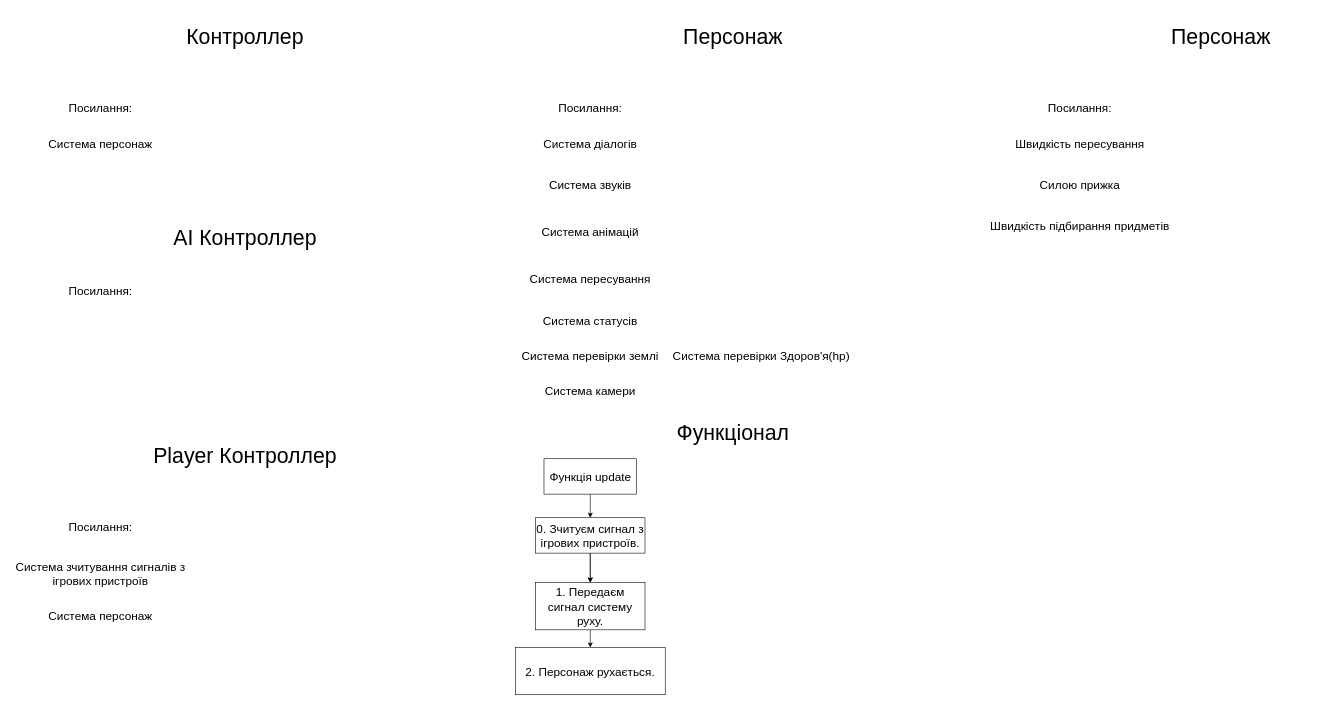
Before: page "Опис систем" (3 of 3) of Assets/Дизайн документ.drawio in Pelmen-hub/My-final-project, a draw.io diagram. Source tidied: cells renumbered, new cells numbered last; positions are measured from the earlier drawing's top-left corner, leaving out a move shared by most shapes. Both pictures are drawn from the tidied source at 59%, with x=0, y=0 at pixel (10, 10).
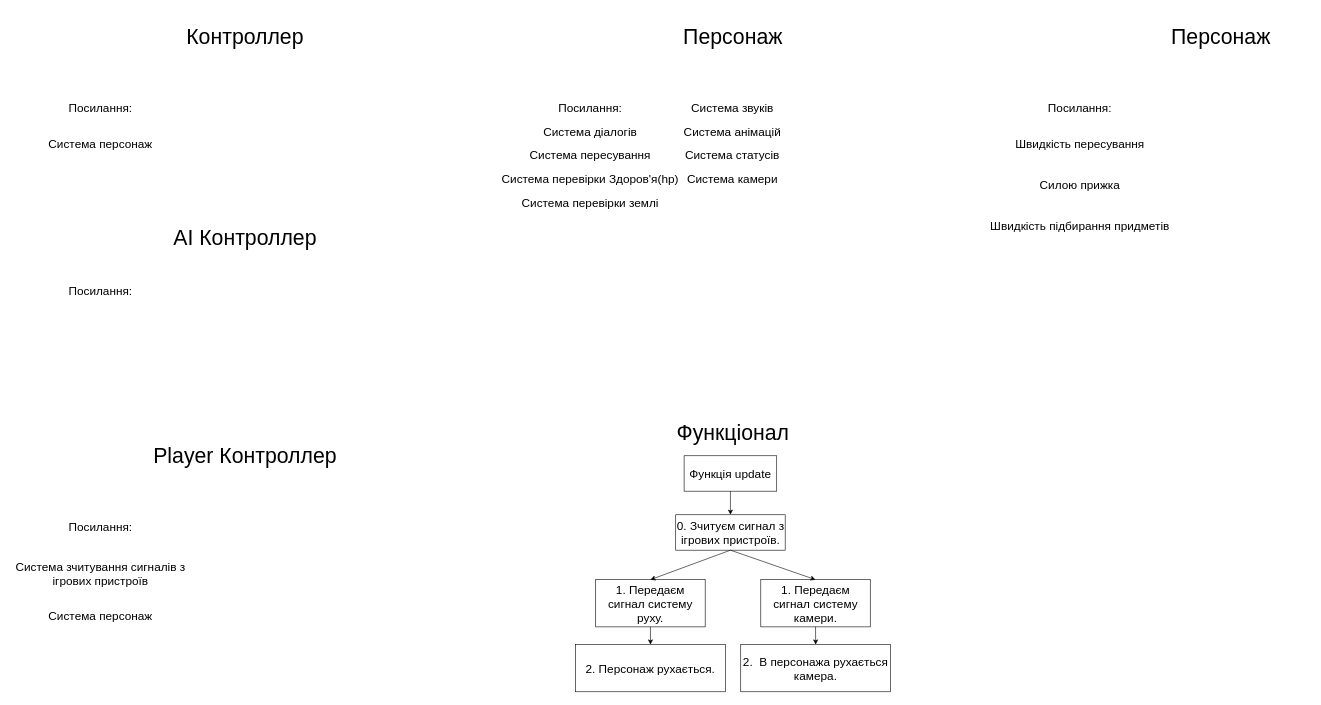
The same page after the edit.

Change to the diagram source:
```diff
@@
     <mxCell id="4" value="&lt;font style=&quot;font-size: 20px;&quot;&gt;Система діалогів&lt;/font&gt;" style="text;html=1;strokeColor=none;fillColor=none;align=center;verticalAlign=middle;whiteSpace=wrap;rounded=0;" parent="1" vertex="1">
-      <mxGeometry x="830" y="180" width="306" height="90" as="geometry" />
+      <mxGeometry x="830" y="160" width="306" height="90" as="geometry" />
     </mxCell>
     <mxCell id="5" value="&lt;font style=&quot;font-size: 20px;&quot;&gt;Система звуків&lt;/font&gt;" style="text;html=1;strokeColor=none;fillColor=none;align=center;verticalAlign=middle;whiteSpace=wrap;rounded=0;" parent="1" vertex="1">
-      <mxGeometry x="830" y="250" width="306" height="90" as="geometry" />
+      <mxGeometry x="1071" y="120" width="306" height="90" as="geometry" />
     </mxCell>
     <mxCell id="6" value="&lt;font style=&quot;font-size: 20px;&quot;&gt;Система анімацій&lt;/font&gt;" style="text;html=1;strokeColor=none;fillColor=none;align=center;verticalAlign=middle;whiteSpace=wrap;rounded=0;" parent="1" vertex="1">
-      <mxGeometry x="830" y="330" width="306" height="90" as="geometry" />
+      <mxGeometry x="1071" y="160" width="306" height="90" as="geometry" />
     </mxCell>
     <mxCell id="7" value="&lt;font style=&quot;font-size: 20px;&quot;&gt;Система пересування&lt;/font&gt;" style="text;html=1;strokeColor=none;fillColor=none;align=center;verticalAlign=middle;whiteSpace=wrap;rounded=0;" parent="1" vertex="1">
-      <mxGeometry x="830" y="410" width="306" height="90" as="geometry" />
+      <mxGeometry x="830" y="200" width="306" height="90" as="geometry" />
     </mxCell>
     <mxCell id="8" value="&lt;font style=&quot;font-size: 20px;&quot;&gt;Система статусів&lt;/font&gt;" style="text;html=1;strokeColor=none;fillColor=none;align=center;verticalAlign=middle;whiteSpace=wrap;rounded=0;" parent="1" vertex="1">
-      <mxGeometry x="830" y="480" width="306" height="90" as="geometry" />
+      <mxGeometry x="1071" y="200" width="306" height="90" as="geometry" />
     </mxCell>
     <mxCell id="9" value="&lt;font style=&quot;font-size: 20px;&quot;&gt;Система перевірки землі&lt;/font&gt;" style="text;html=1;strokeColor=none;fillColor=none;align=center;verticalAlign=middle;whiteSpace=wrap;rounded=0;" parent="1" vertex="1">
-      <mxGeometry x="830" y="540" width="306" height="90" as="geometry" />
+      <mxGeometry x="830" y="280" width="306" height="90" as="geometry" />
     </mxCell>
@@
     <mxCell id="19" value="Функція update" style="rounded=0;whiteSpace=wrap;html=1;fontSize=20;" parent="1" vertex="1">
-      <mxGeometry x="904.5" y="760" width="157" height="60" as="geometry" />
+      <mxGeometry x="1142" y="755" width="157" height="60" as="geometry" />
     </mxCell>
-    <mxCell id="20" style="edgeStyle=orthogonalEdgeStyle;rounded=0;jettySize=auto;html=1;fontSize=20;" parent="1" edge="1" source="21" target="23">
-      <mxGeometry relative="1" as="geometry" />
-    </mxCell>
     <mxCell id="21" value="0. Зчитуєм сигнал з ігрових пристроїв." style="rounded=0;whiteSpace=wrap;html=1;fontSize=20;" parent="1" vertex="1">
-      <mxGeometry x="890.2" y="860" width="185.5" height="60" as="geometry" />
+      <mxGeometry x="1127.8" y="855" width="185.5" height="60" as="geometry" />
     </mxCell>
@@
     <mxCell id="23" value="1. Передаєм сигнал систему руху." style="rounded=0;whiteSpace=wrap;html=1;fontSize=20;" parent="1" vertex="1">
-      <mxGeometry x="890.2" y="970" width="185.5" height="80" as="geometry" />
+      <mxGeometry x="992.2" y="965" width="185.5" height="80" as="geometry" />
     </mxCell>
@@
     <mxCell id="25" value="2. Персонаж рухається." style="rounded=0;whiteSpace=wrap;html=1;fontSize=20;" parent="1" vertex="1">
-      <mxGeometry x="856" y="1080" width="254" height="80" as="geometry" />
+      <mxGeometry x="958" y="1075" width="254" height="80" as="geometry" />
     </mxCell>
@@
     <mxCell id="30" value="&lt;font style=&quot;font-size: 20px;&quot;&gt;Система камери&lt;/font&gt;" style="text;html=1;strokeColor=none;fillColor=none;align=center;verticalAlign=middle;whiteSpace=wrap;rounded=0;" parent="1" vertex="1">
-      <mxGeometry x="830" y="600" width="306" height="90" as="geometry" />
+      <mxGeometry x="1071" y="240" width="306" height="90" as="geometry" />
     </mxCell>
@@
     <mxCell id="34" value="&lt;font style=&quot;font-size: 20px;&quot;&gt;Система перевірки Здоров'я(hp)&lt;/font&gt;" style="text;html=1;strokeColor=none;fillColor=none;align=center;verticalAlign=middle;whiteSpace=wrap;rounded=0;" parent="1" vertex="1">
-      <mxGeometry x="1120" y="540" width="306" height="90" as="geometry" />
+      <mxGeometry x="830" y="240" width="306" height="90" as="geometry" />
     </mxCell>
+    <mxCell id="35" value="1. Передаєм сигнал систему камери." style="rounded=0;whiteSpace=wrap;html=1;fontSize=20;" parent="1" vertex="1">
+      <mxGeometry x="1272" y="965" width="185.5" height="80" as="geometry" />
+    </mxCell>
+    <mxCell id="36" value="2.&amp;nbsp; В персонажа рухається камера." style="rounded=0;whiteSpace=wrap;html=1;fontSize=20;" parent="1" vertex="1">
+      <mxGeometry x="1238" y="1075" width="254" height="80" as="geometry" />
+    </mxCell>
+    <mxCell id="37" style="endArrow=classic;html=1;rounded=0;fontSize=20;exitX=0.5;exitY=1;exitDx=0;exitDy=0;entryX=0.5;entryY=0;entryDx=0;entryDy=0;" parent="1" edge="1" source="21" target="35">
+      <mxGeometry relative="1" as="geometry" />
+    </mxCell>
+    <mxCell id="38" style="endArrow=classic;html=1;rounded=0;fontSize=20;exitX=0.5;exitY=1;exitDx=0;exitDy=0;entryX=0.5;entryY=0;entryDx=0;entryDy=0;" parent="1" edge="1" source="35" target="36">
+      <mxGeometry relative="1" as="geometry" />
+    </mxCell>
```
